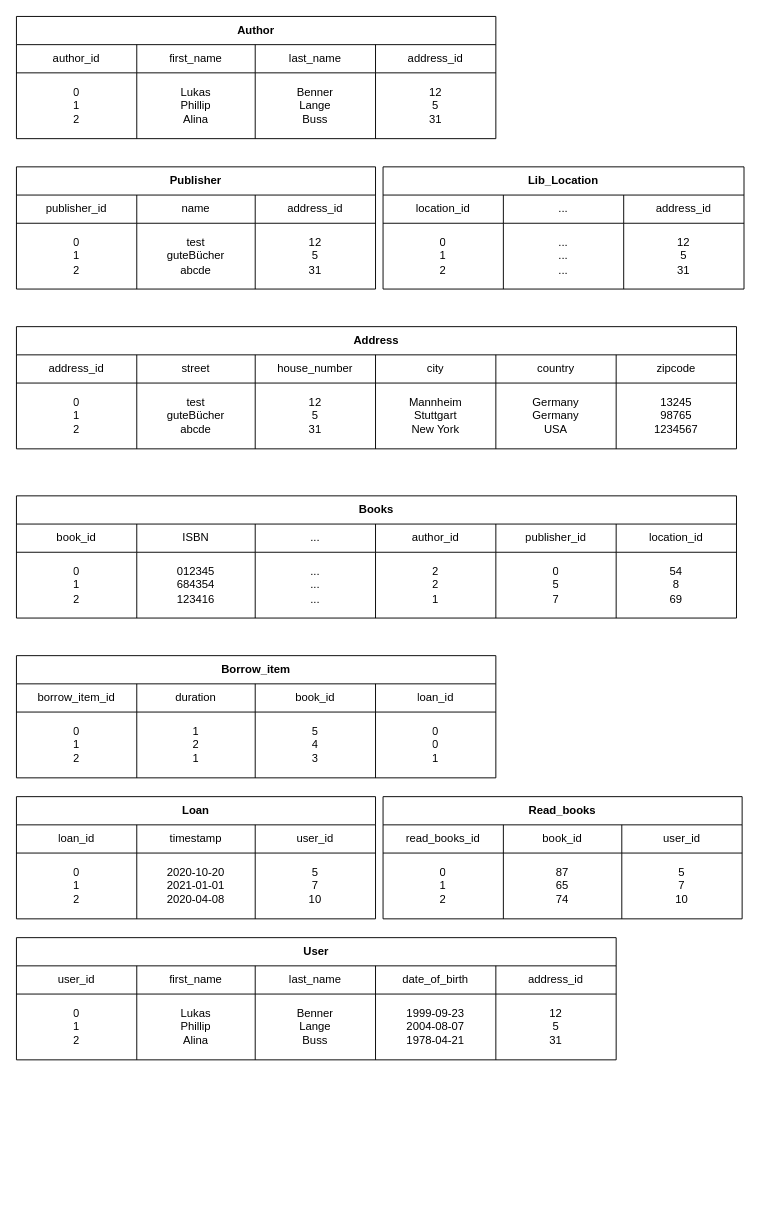
The draw.io diagram page "Relational Model" (2 of 2) of docu/diagrams.drawio in BennerLukas/Biblio, before the edit. Source tidied: cells renumbered, new cells numbered last; positions are measured from the earlier drawing's top-left corner, leaving out a move shared by most shapes. Both pictures are drawn from the tidied source at 94%, with x=0, y=0 at pixel (16, 16).
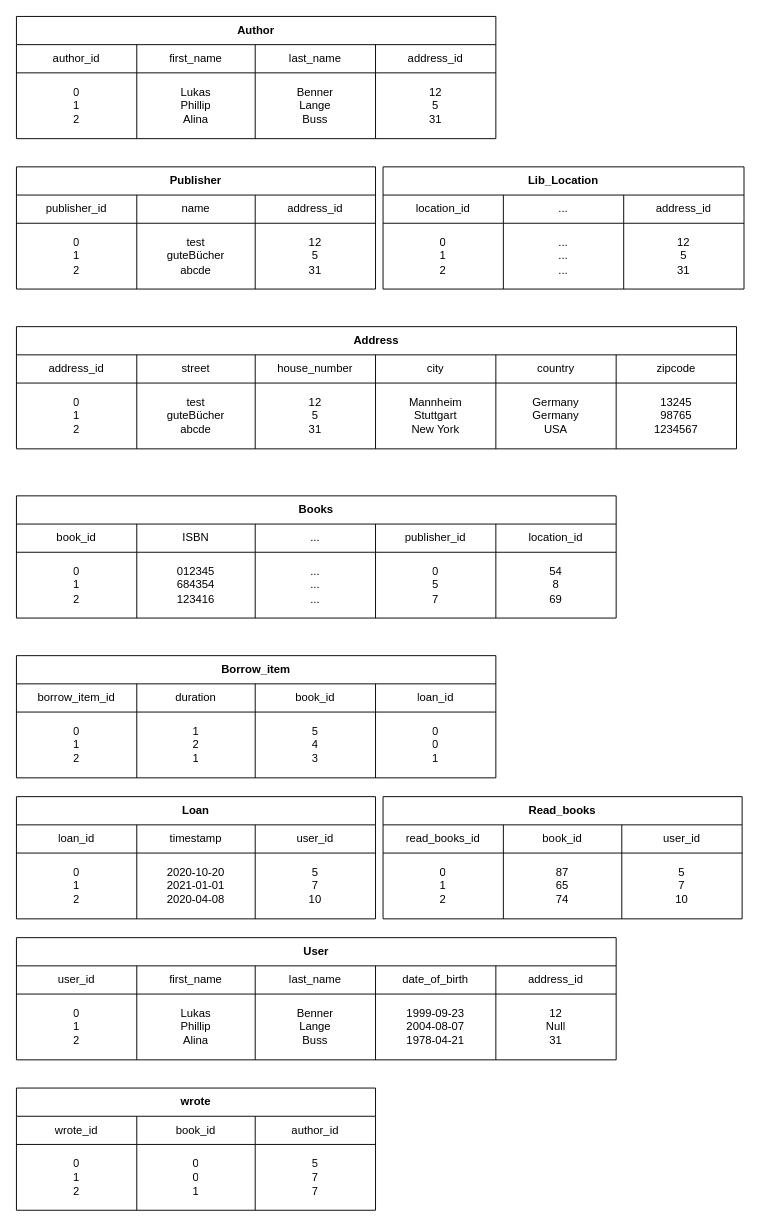
The same page after the edit.

Unchanged cells that the change refers to:
```xml
<mxCell id="73" style="shape=partialRectangle;html=1;whiteSpace=wrap;fillColor=none;top=0;left=0;bottom=0;right=0;" parent="66" vertex="1">
  <mxGeometry y="60" width="638" height="70" as="geometry" />
</mxCell>
```

Diff of the diagram source:
```diff
@@
     <mxCell id="13" value="Books" style="shape=table;html=1;whiteSpace=wrap;startSize=30;childLayout=tableLayout;fontStyle=1;align=center;" parent="1" vertex="1">
-      <mxGeometry y="510" width="766" height="130" as="geometry" />
+      <mxGeometry y="510" width="638" height="130" as="geometry" />
     </mxCell>
     <mxCell id="14" style="shape=partialRectangle;html=1;whiteSpace=wrap;fillColor=none;top=0;left=0;bottom=0;right=0;" parent="13" vertex="1">
-      <mxGeometry y="30" width="766" height="30" as="geometry" />
+      <mxGeometry y="30" width="638" height="30" as="geometry" />
     </mxCell>
@@
-    <mxCell id="18" value="author_id" style="shape=partialRectangle;html=1;whiteSpace=wrap;fillColor=none;top=0;left=0;bottom=0;right=0;overflow=hidden;" parent="14" vertex="1">
-      <mxGeometry x="382" width="128" height="30" as="geometry" />
-    </mxCell>
     <mxCell id="19" value="publisher_id" style="shape=partialRectangle;html=1;whiteSpace=wrap;fillColor=none;top=0;left=0;bottom=0;right=0;overflow=hidden;" parent="14" vertex="1">
-      <mxGeometry x="510" width="128" height="30" as="geometry" />
+      <mxGeometry x="382" width="128" height="30" as="geometry" />
     </mxCell>
     <mxCell id="20" value="location_id" style="shape=partialRectangle;html=1;whiteSpace=wrap;fillColor=none;top=0;left=0;bottom=0;right=0;overflow=hidden;" parent="14" vertex="1">
-      <mxGeometry x="638" width="128" height="30" as="geometry" />
+      <mxGeometry x="510" width="128" height="30" as="geometry" />
     </mxCell>
     <mxCell id="21" style="shape=partialRectangle;html=1;whiteSpace=wrap;fillColor=none;top=0;left=0;bottom=0;right=0;" parent="13" vertex="1">
-      <mxGeometry y="60" width="766" height="70" as="geometry" />
+      <mxGeometry y="60" width="638" height="70" as="geometry" />
     </mxCell>
@@
-    <mxCell id="25" value="2&lt;br&gt;2&lt;br&gt;1" style="shape=partialRectangle;html=1;whiteSpace=wrap;fillColor=none;top=0;left=0;bottom=0;right=0;overflow=hidden;" parent="21" vertex="1">
-      <mxGeometry x="382" width="128" height="70" as="geometry" />
-    </mxCell>
     <mxCell id="26" value="0&lt;br&gt;5&lt;br&gt;7" style="shape=partialRectangle;html=1;whiteSpace=wrap;fillColor=none;top=0;left=0;bottom=0;right=0;overflow=hidden;" parent="21" vertex="1">
-      <mxGeometry x="510" width="128" height="70" as="geometry" />
+      <mxGeometry x="382" width="128" height="70" as="geometry" />
     </mxCell>
     <mxCell id="27" value="54&lt;br&gt;8&lt;br&gt;69" style="shape=partialRectangle;html=1;whiteSpace=wrap;fillColor=none;top=0;left=0;bottom=0;right=0;overflow=hidden;" parent="21" vertex="1">
-      <mxGeometry x="638" width="128" height="70" as="geometry" />
+      <mxGeometry x="510" width="128" height="70" as="geometry" />
     </mxCell>
@@
-    <mxCell id="78" value="12&lt;br&gt;5&lt;br&gt;31" style="shape=partialRectangle;html=1;whiteSpace=wrap;fillColor=none;top=0;left=0;bottom=0;right=0;overflow=hidden;" parent="73" vertex="1">
+    <mxCell id="78" value="12&lt;br&gt;Null&lt;br&gt;31" style="shape=partialRectangle;html=1;whiteSpace=wrap;fillColor=none;top=0;left=0;bottom=0;right=0;overflow=hidden;" parent="73" vertex="1">
       <mxGeometry x="510" width="128" height="70" as="geometry" />
     </mxCell>
@@
+    <mxCell id="103" value="wrote" style="shape=table;html=1;whiteSpace=wrap;startSize=30;childLayout=tableLayout;fontStyle=1;align=center;" parent="1" vertex="1">
+      <mxGeometry y="1140" width="382" height="130" as="geometry" />
+    </mxCell>
+    <mxCell id="104" style="shape=partialRectangle;html=1;whiteSpace=wrap;fillColor=none;top=0;left=0;bottom=0;right=0;" parent="103" vertex="1">
+      <mxGeometry y="30" width="382" height="30" as="geometry" />
+    </mxCell>
+    <mxCell id="105" value="wrote_id" style="shape=partialRectangle;html=1;whiteSpace=wrap;fillColor=none;top=0;left=0;bottom=0;right=0;overflow=hidden;" parent="104" vertex="1">
+      <mxGeometry width="128" height="30" as="geometry" />
+    </mxCell>
+    <mxCell id="106" value="book_id" style="shape=partialRectangle;html=1;whiteSpace=wrap;fillColor=none;top=0;left=0;bottom=0;right=0;overflow=hidden;" parent="104" vertex="1">
+      <mxGeometry x="128" width="126" height="30" as="geometry" />
+    </mxCell>
+    <mxCell id="18" value="author_id" style="shape=partialRectangle;html=1;whiteSpace=wrap;fillColor=none;top=0;left=0;bottom=0;right=0;overflow=hidden;" parent="104" vertex="1">
+      <mxGeometry x="254" width="128" height="30" as="geometry" />
+    </mxCell>
+    <mxCell id="107" style="shape=partialRectangle;html=1;whiteSpace=wrap;fillColor=none;top=0;left=0;bottom=0;right=0;" parent="103" vertex="1">
+      <mxGeometry y="60" width="382" height="70" as="geometry" />
+    </mxCell>
+    <mxCell id="108" value="0&lt;br&gt;1&lt;br&gt;2" style="shape=partialRectangle;html=1;whiteSpace=wrap;fillColor=none;top=0;left=0;bottom=0;right=0;overflow=hidden;" parent="107" vertex="1">
+      <mxGeometry width="128" height="70" as="geometry" />
+    </mxCell>
+    <mxCell id="109" value="0&lt;br&gt;0&lt;br&gt;1" style="shape=partialRectangle;html=1;whiteSpace=wrap;fillColor=none;top=0;left=0;bottom=0;right=0;overflow=hidden;" parent="107" vertex="1">
+      <mxGeometry x="128" width="126" height="70" as="geometry" />
+    </mxCell>
+    <mxCell id="110" value="5&lt;br&gt;7&lt;br&gt;7" style="shape=partialRectangle;html=1;whiteSpace=wrap;fillColor=none;top=0;left=0;bottom=0;right=0;overflow=hidden;" parent="107" vertex="1">
+      <mxGeometry x="254" width="128" height="70" as="geometry" />
+    </mxCell>
```
